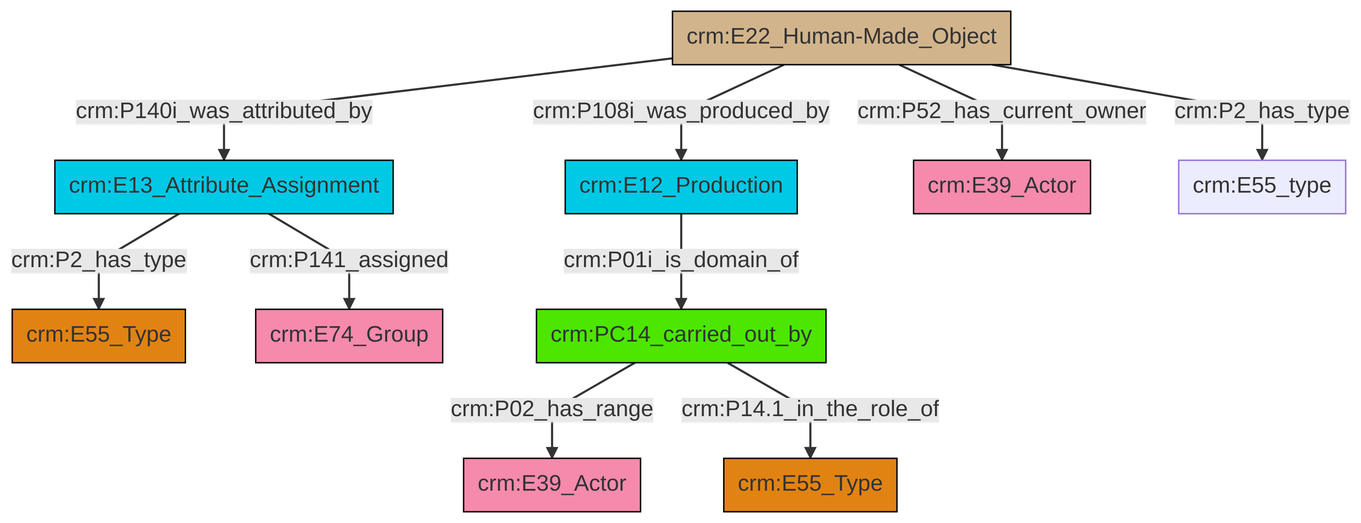
swiss-art-research-net/reference-data-models keeps this Mermaid diagram as et/builtWorkCSV/ttl/mmd/png/Built_Work_actor_relations.png. Above is the earlier version. Its source is kept beside it as et/builtWorkCSV/ttl/mmd/Built_Work_actor_relations.ttl.mmd.
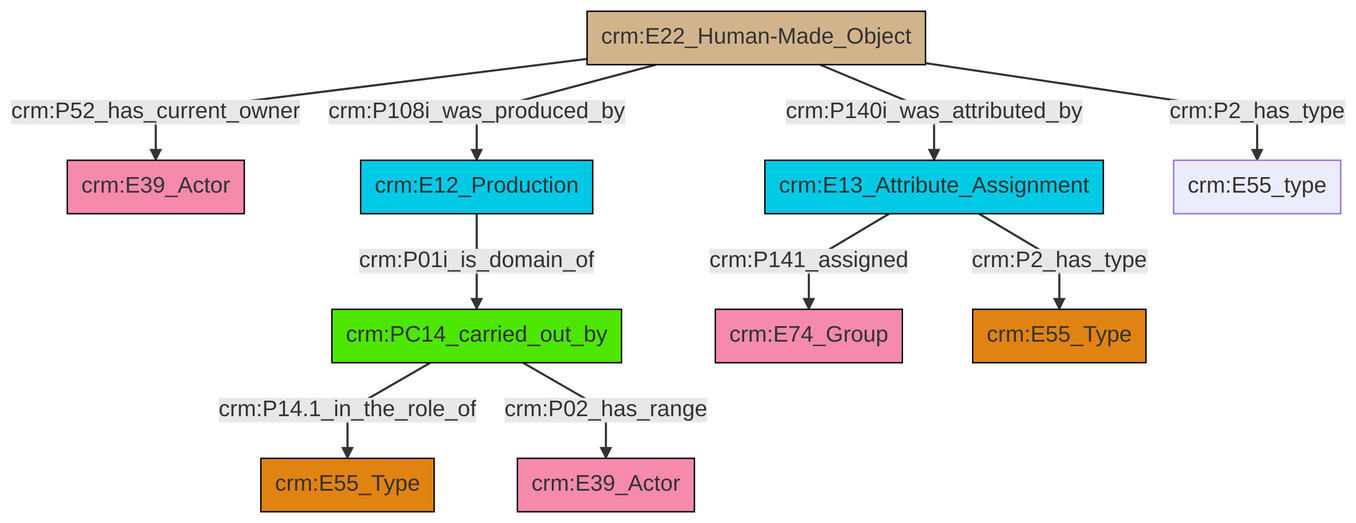
After the commit.

Diff of the diagram source:
```diff
@@ -13,12 +13,12 @@
 classDef PC_Classes fill:#4ce600, stroke:#000000;
 classDef Multi fill:#cccccc,stroke:#000000;
 
-4["crm:E13_Attribute_Assignment"]:::Temporal_Entity -->|crm:P141_assigned| 5["crm:E74_Group"]:::Actor
-6["crm:PC14_carried_out_by"]:::PC_Classes -->|crm:P02_has_range| 7["crm:E39_Actor"]:::Actor
-4["crm:E13_Attribute_Assignment"]:::Temporal_Entity -->|crm:P2_has_type| 2["crm:E55_Type"]:::Type
-10["crm:E22_Human-Made_Object"]:::Physical_Thing -->|crm:P52_has_current_owner| 8["crm:E39_Actor"]:::Actor
-10["crm:E22_Human-Made_Object"]:::Physical_Thing -->|crm:P140i_was_attributed_by| 4["crm:E13_Attribute_Assignment"]:::Temporal_Entity
-6["crm:PC14_carried_out_by"]:::PC_Classes -->|crm:P14.1_in_the_role_of| 11["crm:E55_Type"]:::Type
-10["crm:E22_Human-Made_Object"]:::Physical_Thing -->|crm:P108i_was_produced_by| 0["crm:E12_Production"]:::Temporal_Entity
-10["crm:E22_Human-Made_Object"]:::Physical_Thing -->|crm:P2_has_type| 18["crm:E55_type"]:::Default
-0["crm:E12_Production"]:::Temporal_Entity -->|crm:P01i_is_domain_of| 6["crm:PC14_carried_out_by"]:::PC_Classes
+0["crm:E22_Human-Made_Object"]:::Physical_Thing -->|crm:P52_has_current_owner| 1["crm:E39_Actor"]:::Actor
+8["crm:E13_Attribute_Assignment"]:::Temporal_Entity -->|crm:P141_assigned| 9["crm:E74_Group"]:::Actor
+8["crm:E13_Attribute_Assignment"]:::Temporal_Entity -->|crm:P2_has_type| 11["crm:E55_Type"]:::Type
+0["crm:E22_Human-Made_Object"]:::Physical_Thing -->|crm:P140i_was_attributed_by| 8["crm:E13_Attribute_Assignment"]:::Temporal_Entity
+6["crm:PC14_carried_out_by"]:::PC_Classes -->|crm:P14.1_in_the_role_of| 2["crm:E55_Type"]:::Type
+0["crm:E22_Human-Made_Object"]:::Physical_Thing -->|crm:P2_has_type| 17["crm:E55_type"]:::Default
+6["crm:PC14_carried_out_by"]:::PC_Classes -->|crm:P02_has_range| 15["crm:E39_Actor"]:::Actor
+0["crm:E22_Human-Made_Object"]:::Physical_Thing -->|crm:P108i_was_produced_by| 4["crm:E12_Production"]:::Temporal_Entity
+4["crm:E12_Production"]:::Temporal_Entity -->|crm:P01i_is_domain_of| 6["crm:PC14_carried_out_by"]:::PC_Classes
```
